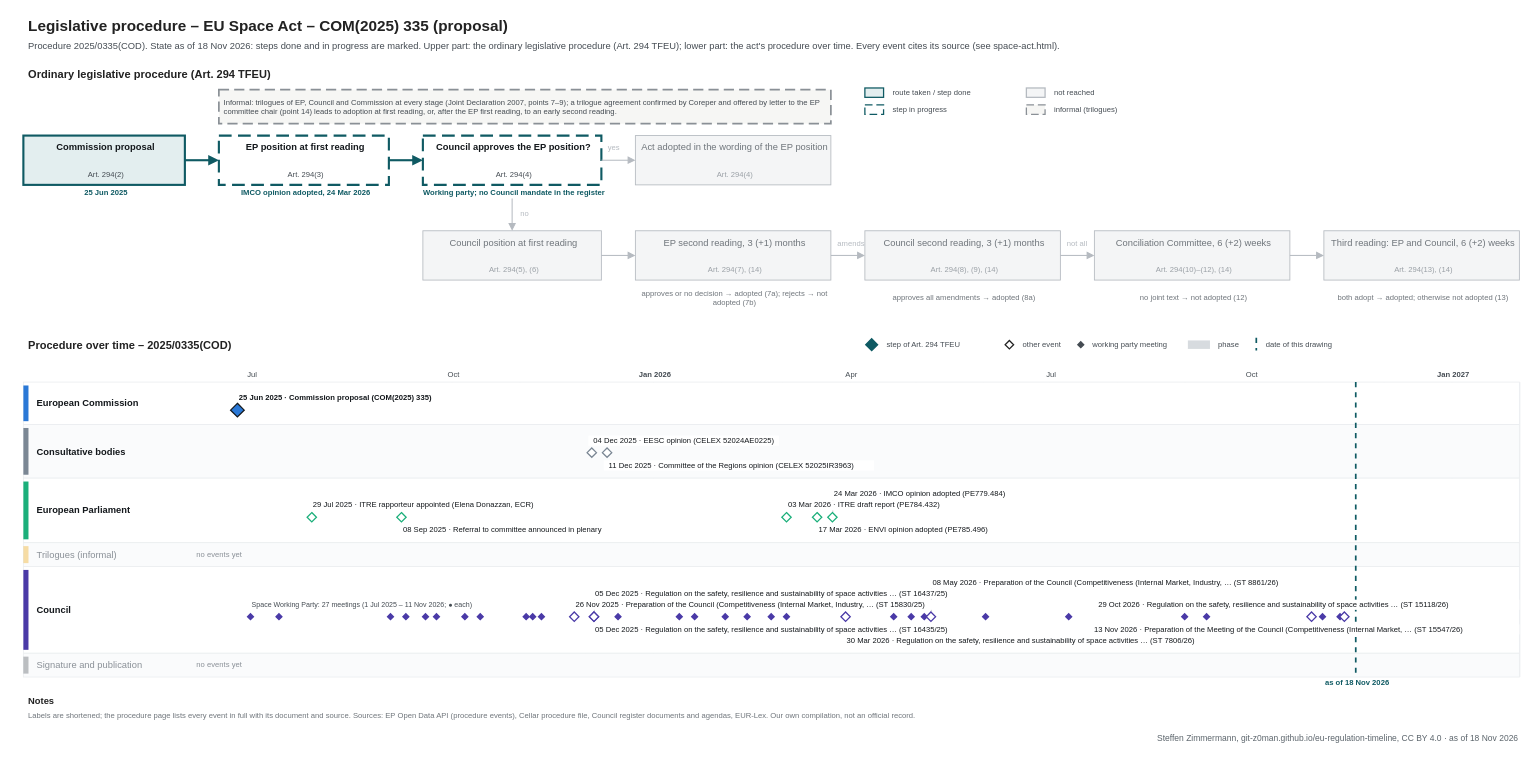
Earlier version of the draw.io diagram procedures/space-act.drawio (git-z0man/eu-regulation-timeline). Source tidied: cells renumbered, new cells numbered last; positions are measured from the earlier drawing's top-left corner, leaving out a move shared by most shapes. Both pictures are drawn from the tidied source at 85%, with x=0, y=0 at pixel (14, 14).
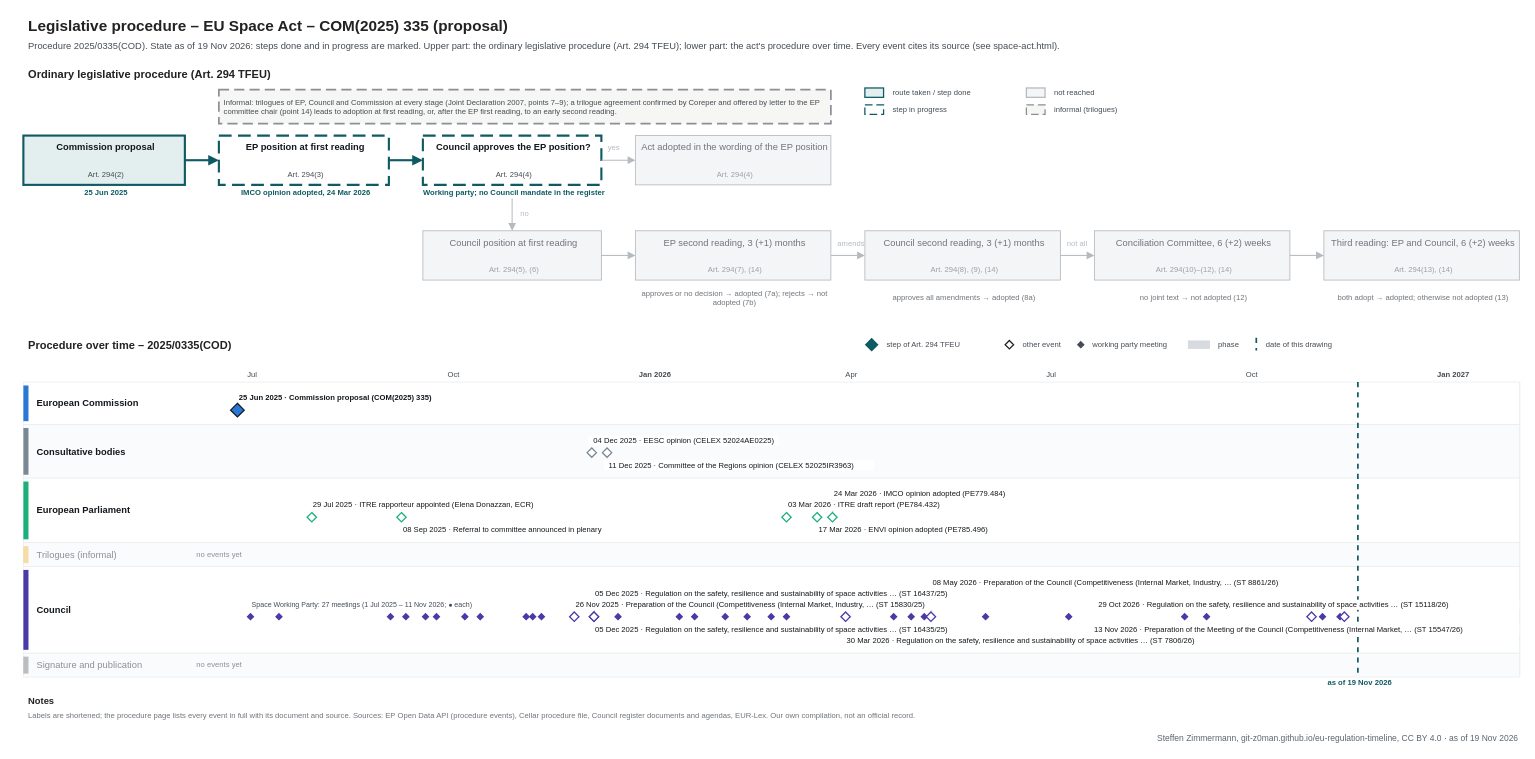
The same page after the edit.

What changed in the source:
```diff
@@
-    <mxCell id="3" value="Procedure 2025/0335(COD). State as of 18 Nov 2026: steps done and in progress are marked. Upper part: the ordinary legislative procedure (Art. 294 TFEU); lower part: the act's procedure over time. Every event cites its source (see space-act.html)." style="text;html=1;fontSize=11;fontColor=#454c53;align=left;verticalAlign=middle;spacingLeft=4;" parent="1" vertex="1">
+    <mxCell id="3" value="Procedure 2025/0335(COD). State as of 19 Nov 2026: steps done and in progress are marked. Upper part: the ordinary legislative procedure (Art. 294 TFEU); lower part: the act's procedure over time. Every event cites its source (see space-act.html)." style="text;html=1;fontSize=11;fontColor=#454c53;align=left;verticalAlign=middle;spacingLeft=4;" parent="1" vertex="1">
       <mxGeometry x="10" y="28" width="1700" height="18" as="geometry" />
     </mxCell>
@@
     <mxCell id="120" style="line;html=1;strokeWidth=2;strokeColor=#0f5a63;direction=south;dashed=1;" parent="1" vertex="1">
-      <mxGeometry x="1577" y="432" width="1" height="347" as="geometry" />
+      <mxGeometry x="1579.5" y="432" width="1" height="347" as="geometry" />
     </mxCell>
-    <mxCell id="121" value="as of 18 Nov 2026" style="text;html=1;fontSize=9;fontColor=#0f5a63;align=center;verticalAlign=middle;spacingLeft=4;fontStyle=1;" parent="1" vertex="1">
-      <mxGeometry x="1517" y="780" width="120" height="12" as="geometry" />
+    <mxCell id="121" value="as of 19 Nov 2026" style="text;html=1;fontSize=9;fontColor=#0f5a63;align=center;verticalAlign=middle;spacingLeft=4;fontStyle=1;" parent="1" vertex="1">
+      <mxGeometry x="1519.5" y="780" width="120" height="12" as="geometry" />
     </mxCell>
@@
-    <mxCell id="186" value="Steffen Zimmermann, git-z0man.github.io/eu-regulation-timeline, CC BY 4.0 · as of 18 Nov 2026" style="text;html=1;fontSize=10;fontColor=#5b646b;align=right;verticalAlign=middle;spacingLeft=4;" parent="1" vertex="1">
+    <mxCell id="186" value="Steffen Zimmermann, git-z0man.github.io/eu-regulation-timeline, CC BY 4.0 · as of 19 Nov 2026" style="text;html=1;fontSize=10;fontColor=#5b646b;align=right;verticalAlign=middle;spacingLeft=4;" parent="1" vertex="1">
       <mxGeometry x="10" y="843" width="1760" height="16" as="geometry" />
     </mxCell>
```
